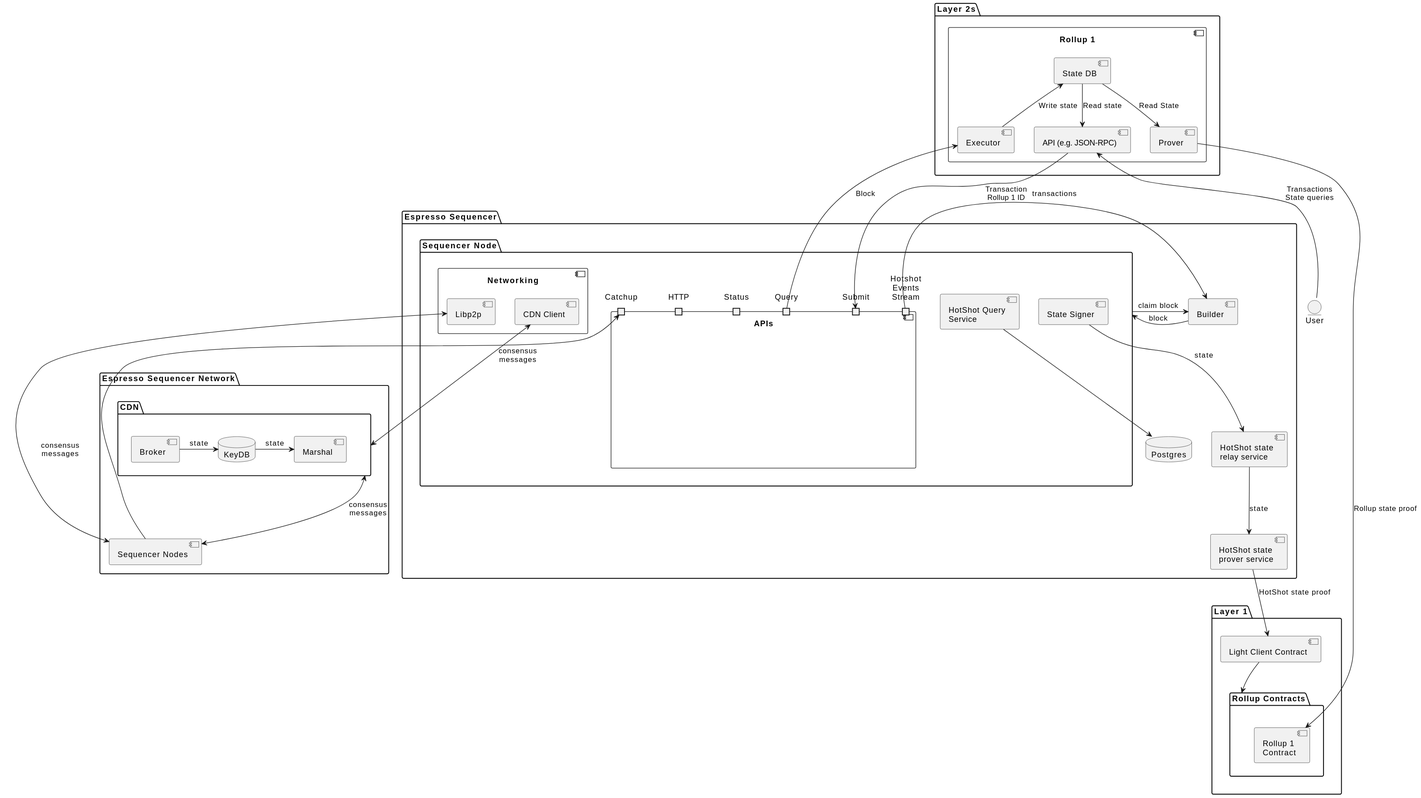
Earlier version of the PlantUML export doc/architecture.svg (EspressoSystems/espresso-sequencer).
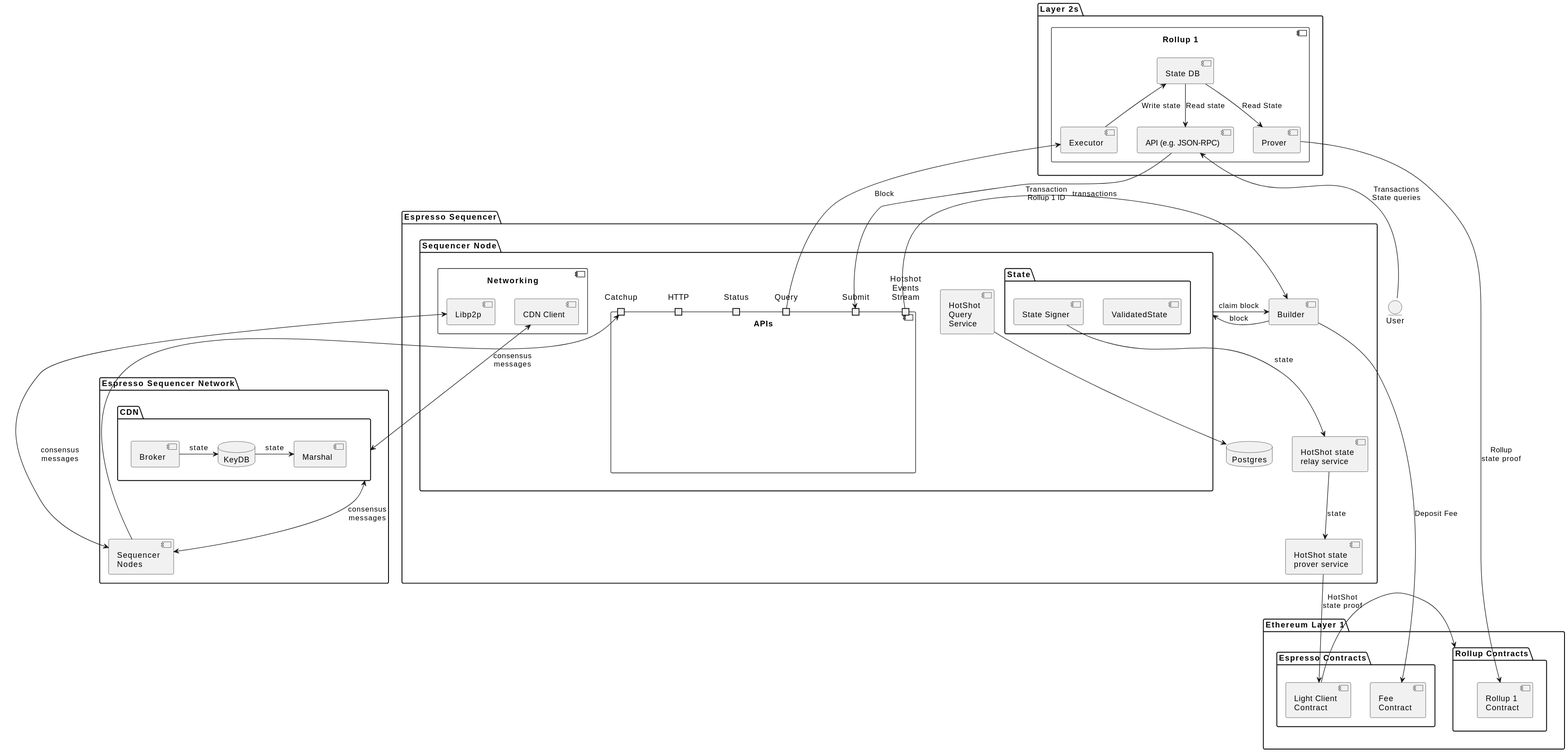
The same diagram one commit later.

Commit message:
Add Fee Contract

What changed in the source:
```diff
@@ -1,6 +1,6 @@
 @startuml
 package "Espresso Sequencer Network" as Network {
-    component "Sequencer Nodes" as Nodes
+    component "Sequencer\nNodes" as Nodes
     package CDN {
         component Broker
         component Marshal
@@ -15,7 +15,7 @@
 package "Espresso Sequencer" as Espresso {
     database "Postgres" as DB
     package "Sequencer Node" as Seq {
-        component "HotShot Query\nService" as QS {
+        component "HotShot\nQuery\nService" as QS {
         }
         component "APIs" {
             portin Catchup
@@ -30,7 +30,9 @@
             component "CDN Client"
         }
 
-        component "State Signer" as Signer {
+        package State as State {
+            component "State Signer" as Signer
+            component "ValidatedState" as Validated
         }
     }
     component "HotShot state\nprover service" as HSProver
@@ -60,8 +62,11 @@
         component "State DB" as L2_1_State
     }
 }
-package "Layer 1" as L1 {
-    component "Light Client Contract" as LC_L1
+package "Ethereum Layer 1" as L1 {
+    package "Espresso Contracts" as Esp_L1 {
+        component "Light Client\nContract" as LC_L1
+        component "Fee\nContract" as Fee_L1
+    }
     package "Rollup Contracts" as L2_L1 {
         component "Rollup 1\nContract" as L2_1_L1
     }
@@ -74,14 +79,16 @@
 
 Query -up-> L2_1_Exec : Block
 
-HSProver -down-> LC_L1 : HotShot state proof
+HSProver -down-> LC_L1 : HotShot\nstate proof
 
-L2_1_Prover -> L2_1_L1 : Rollup state proof
+L2_1_Prover -> L2_1_L1 : Rollup\nstate proof
 
-LC_L1 -down-> L2_L1
+LC_L1 -> L2_L1
 
 L2_1_RPC <-up- L2_1_State : Read state
 L2_1_Exec -up-> L2_1_State : Write state
 L2_1_Prover <-up- L2_1_State : Read State
 
+
+Builder --> Fee_L1: Deposit Fee
 @enduml
```
